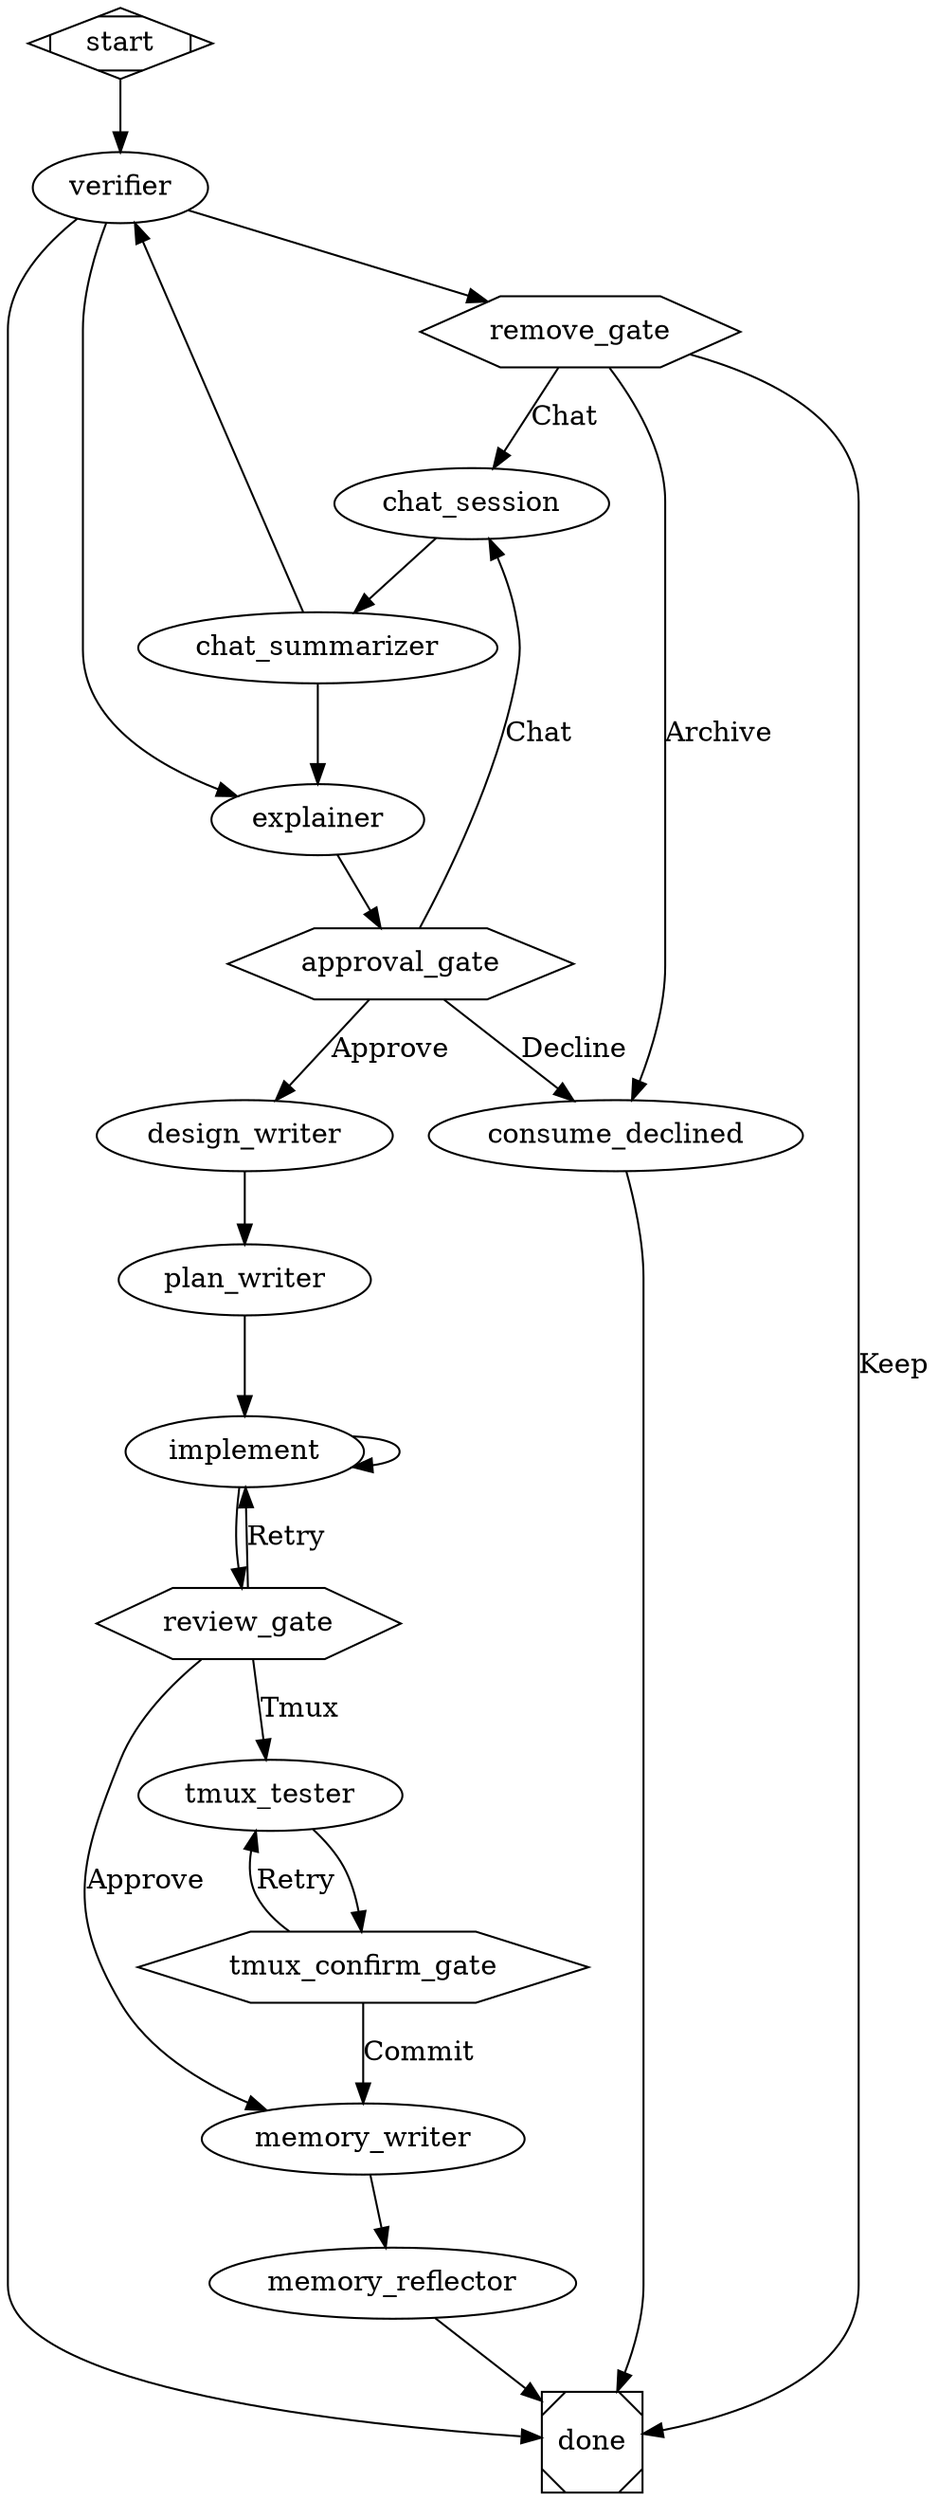
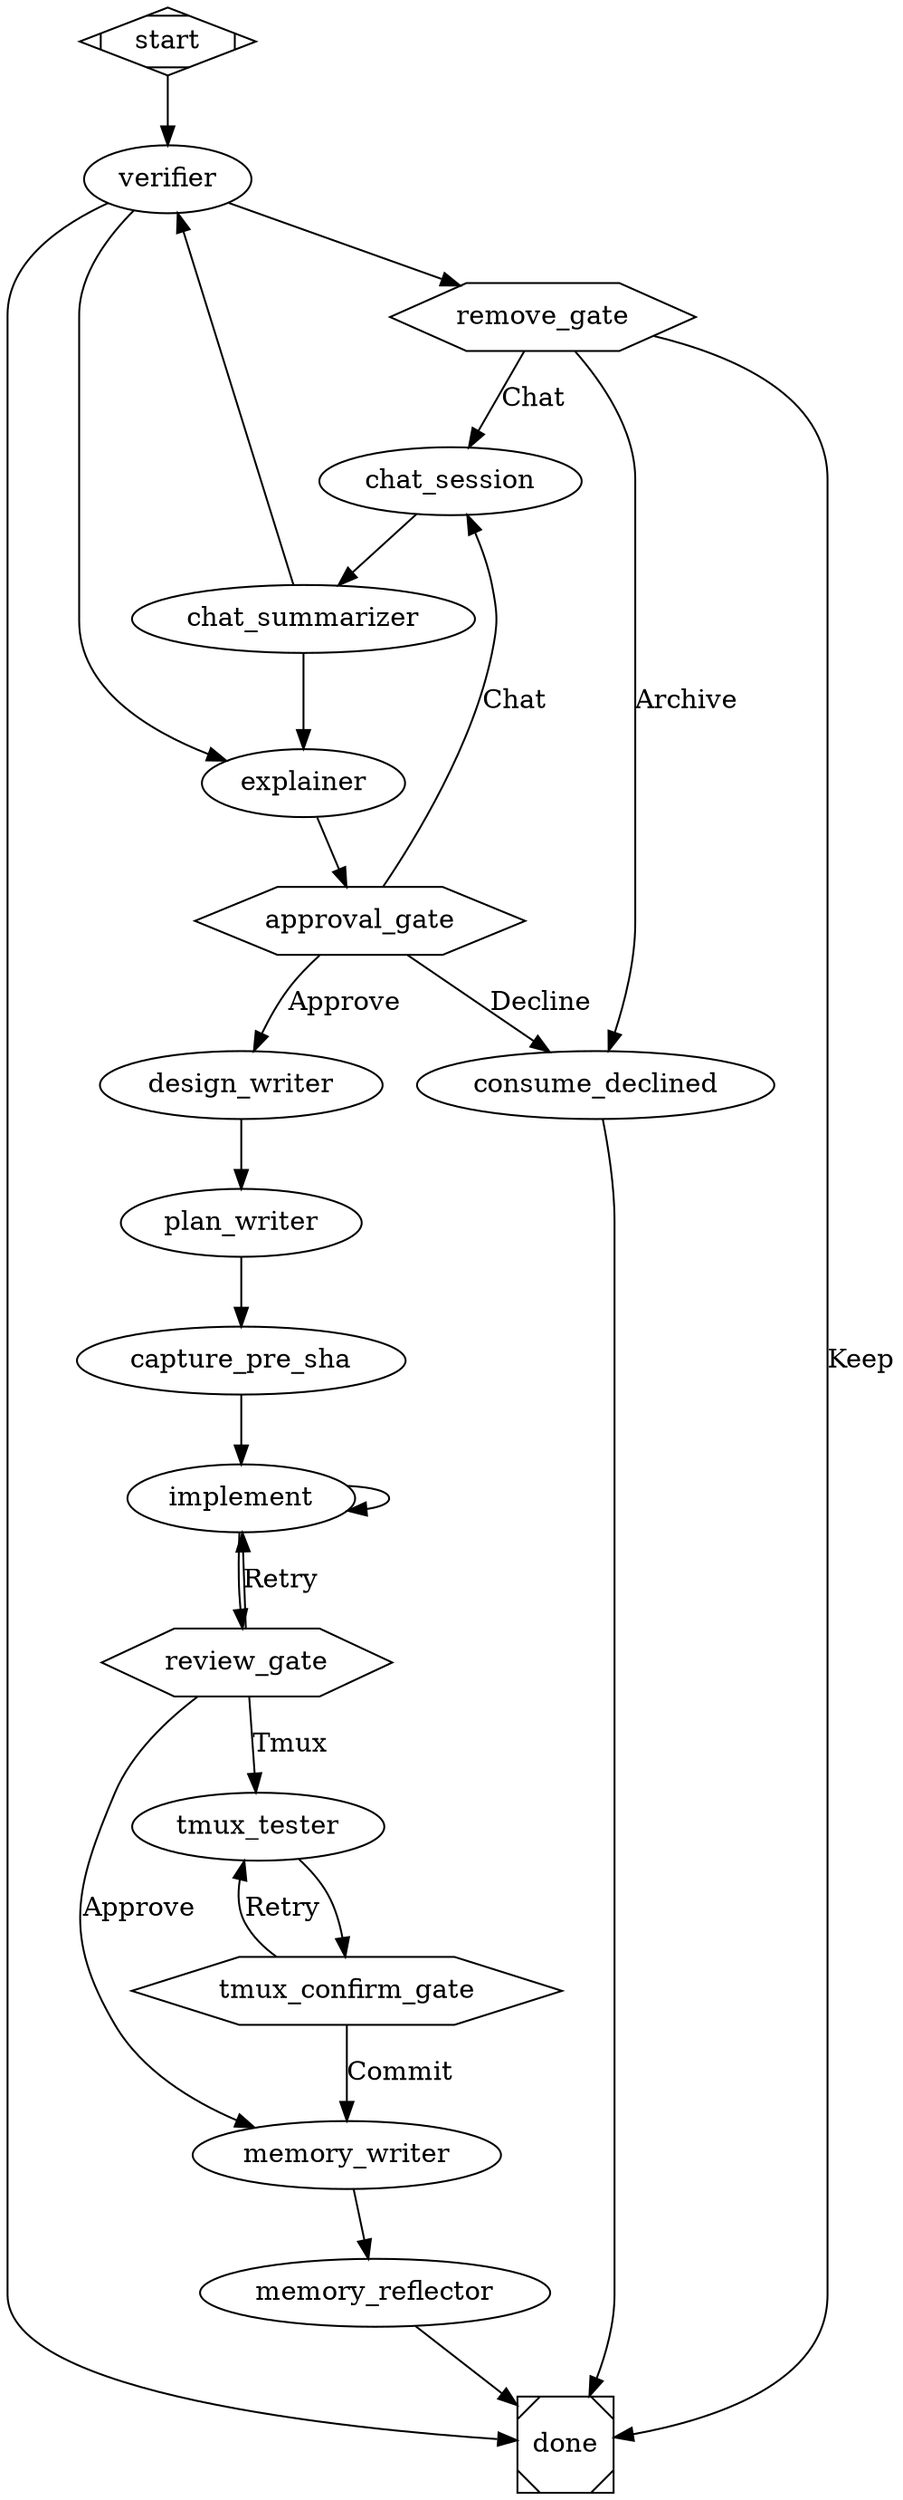
digraph illumination_to_implementation {
  goal="Triage an illumination into an approved design doc, implementation plan, and committed code"
  headless_safe=false
  inputs="project, run_id"

  start [shape=Mdiamond]

  // ── Phase 1: Illumination triage (from illumination-to-plan) ──────────────

  verifier [agent="verifier", default_refinements="", default_illumination_path=""]

  remove_gate [shape=hexagon]

  consume_declined [type="tool",
                    cwd="$project",
                    script_file="consume.mjs",
                    script_args="$verifier.illumination_path declined"]

  explainer [agent="change-explainer", default_refinements=""]

  approval_gate [shape=hexagon, default_refinements=""]

  chat_session [agent="chat-refiner", interactive=true, default_refinements=""]

  chat_summarizer [agent="chat-summarizer", default_refinements=""]

  design_writer [agent="design-writer", default_refinements="No interactive refinements were requested."]

  plan_writer [agent="plan-writer", default_refinements="No interactive refinements were requested."]

  // ── Phase 2: Implementation ───────────────────────────────────────────────
+ 
+   capture_pre_sha [type="tool",
+                    cwd="$project",
+                    script_file="capture-pre-sha.sh",
+                    produces_from_stdout="true",
+                    produces="pre_sha"]

  implement [agent="implement", max_retries=1]

  review_gate [shape=hexagon]

  tmux_tester [agent="tmux-tester"]

  tmux_confirm_gate [shape=hexagon]

  memory_writer [agent="memory-writer", default_test_result="", default_test_summary="", default_illumination_path=""]

  memory_reflector [agent="memory-reflector", default_illumination_path=""]

  done [shape=Msquare]

  // ── Routing: Phase 1 ─────────────────────────────────────────────────────
  start -> verifier
  verifier -> remove_gate      [condition="verifier.preferred_label=false"]
  verifier -> explainer        [condition="verifier.preferred_label=true"]
  verifier -> done             [condition="verifier.preferred_label=empty"]

  // False path
  remove_gate -> consume_declined  [label="Archive"]
  remove_gate -> done           [label="Keep"]
  remove_gate -> chat_session   [label="Chat"]

  // True path
  explainer -> approval_gate
  approval_gate -> consume_declined  [label="Decline"]
  approval_gate -> design_writer  [label="Approve"]
  approval_gate -> chat_session   [label="Chat"]

  // Chat loop — re-render explainer with refinements before re-prompting at gate.
  // When the chat materially alters scope, loop back through verifier so $summary
  // and $explanation reflect the refined scope, not the original illumination pass.
  // Cosmetic refinements skip the expensive verifier re-pass and re-render the
  // explainer directly with the updated $refinements.
  chat_session -> chat_summarizer
  chat_summarizer -> verifier  [condition="chat_summarizer.scope_changed=true"]
  chat_summarizer -> explainer [condition="chat_summarizer.scope_changed=false"]

  // Decline branch terminator
  consume_declined -> done

-   // Plan writing — plan_writer hands its plan_path directly to implement.
-   design_writer -> plan_writer -> implement
+   // Plan writing — plan_writer hands its plan_path to capture_pre_sha,
+   // which records HEAD before any implementation work and dominates implement
+   // + tmux_tester so both consume capture_pre_sha.pre_sha deterministically.
+   design_writer -> plan_writer -> capture_pre_sha -> implement

  // ── Routing: Phase 2 ─────────────────────────────────────────────────────

  implement -> implement           [condition="implement.success=false"]
  implement -> review_gate
  review_gate -> memory_writer     [label="Approve"]
  review_gate -> tmux_tester       [label="Tmux"]
  review_gate -> implement         [label="Retry"]

  tmux_tester -> tmux_confirm_gate
  tmux_confirm_gate -> memory_writer [label="Commit"]
  tmux_confirm_gate -> tmux_tester [label="Retry"]

  memory_writer -> memory_reflector
  memory_reflector -> done
}
